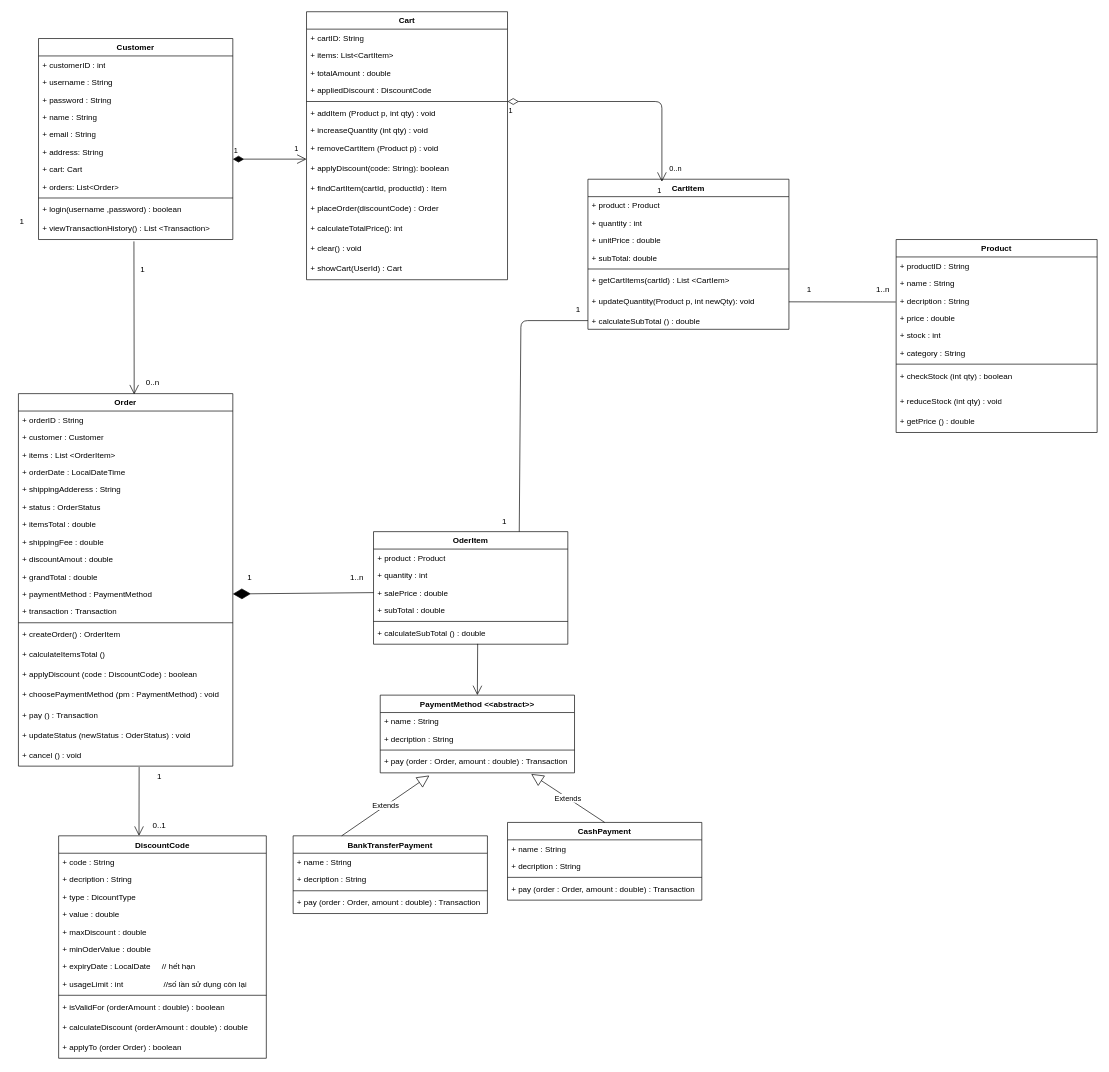
NguyenThaiDung2003/IT3120Nhom11 keeps this draw.io diagram as Class Diagram/Cart_Checkout.drawio. Above is the earlier version. Source tidied: cells renumbered, new cells numbered last; positions are measured from the earlier drawing's top-left corner, leaving out a move shared by most shapes. Both pictures are drawn from the tidied source at 67%, with x=0, y=0 at pixel (11, 11).
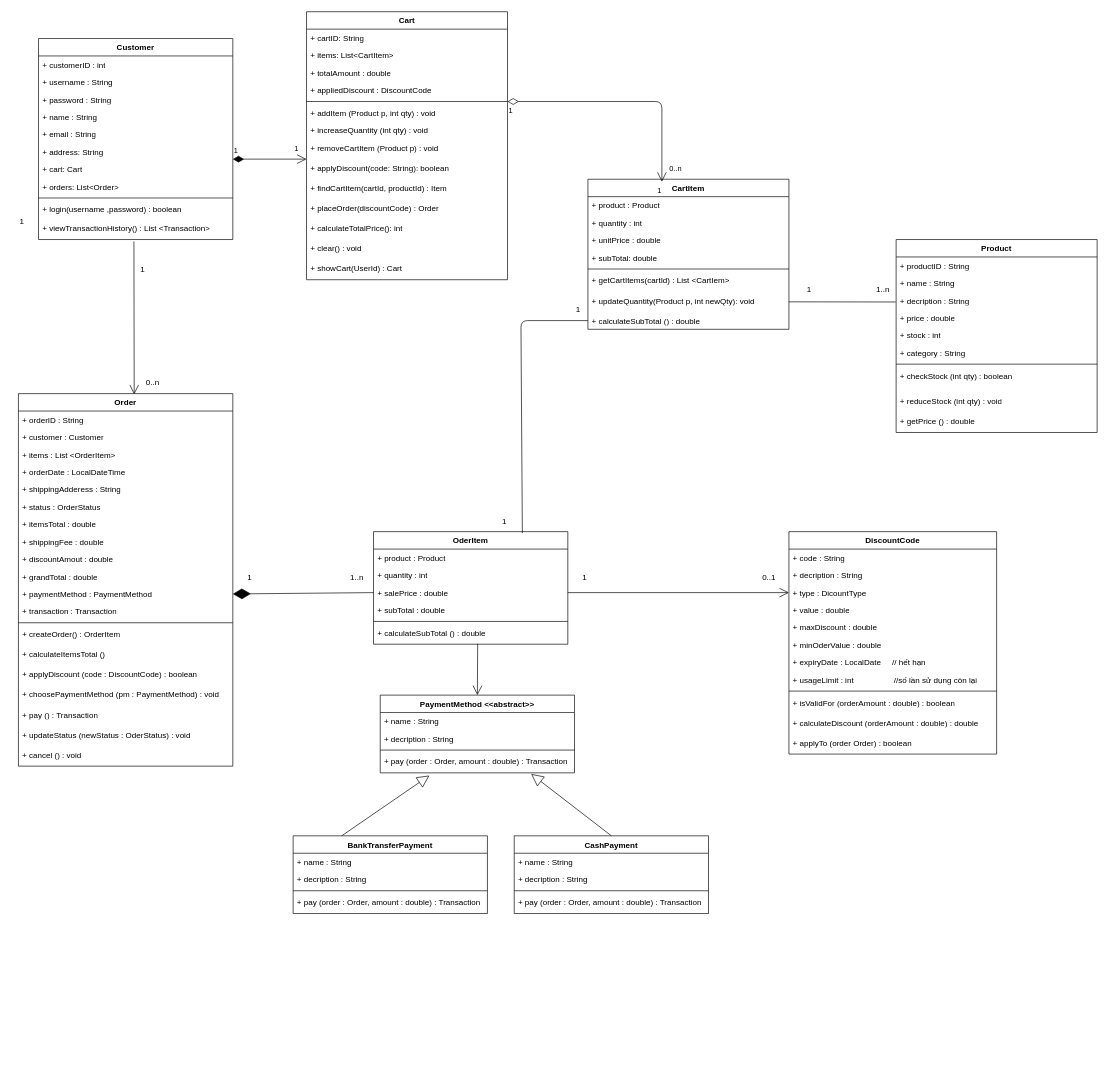
After the change.

Unchanged cells that the change refers to:
```xml
<mxCell id="49" value="+ cancel () : void" style="text;strokeColor=none;fillColor=none;align=left;verticalAlign=top;spacingLeft=4;spacingRight=4;overflow=hidden;points=[[0,0.5],[1,0.5]];portConstraint=eastwest;whiteSpace=wrap;html=1;" parent="29" vertex="1">
  <mxGeometry y="526" width="320" height="30" as="geometry" />
</mxCell>
<mxCell id="58" value="+ calculateSubTotal () : double" style="text;strokeColor=none;fillColor=none;align=left;verticalAlign=top;spacingLeft=4;spacingRight=4;overflow=hidden;points=[[0,0.5],[1,0.5]];portConstraint=eastwest;whiteSpace=wrap;html=1;" parent="50" vertex="1">
  <mxGeometry y="198" width="300" height="26" as="geometry" />
</mxCell>
<mxCell id="70" value="OderItem" style="swimlane;fontStyle=1;align=center;verticalAlign=top;horizontal=1;startSize=26;whiteSpace=wrap;html=1;" parent="1" vertex="1">
  <mxGeometry x="540" y="776" width="290" height="168" as="geometry" />
</mxCell>
<mxCell id="73" value="+ salePrice : double" style="text;strokeColor=none;fillColor=none;align=left;verticalAlign=top;spacingLeft=4;spacingRight=4;overflow=hidden;points=[[0,0.5],[1,0.5]];portConstraint=eastwest;whiteSpace=wrap;html=1;" parent="70" vertex="1">
  <mxGeometry y="78" width="290" height="26" as="geometry" />
</mxCell>
<mxCell id="80" value="+ type : DicountType" style="text;strokeColor=none;fillColor=none;align=left;verticalAlign=top;spacingLeft=4;spacingRight=4;overflow=hidden;points=[[0,0.5],[1,0.5]];portConstraint=eastwest;whiteSpace=wrap;html=1;" parent="77" vertex="1">
  <mxGeometry y="78" width="310" height="26" as="geometry" />
</mxCell>
<mxCell id="94" value="+ pay (order : Order, amount : double) : Transaction" style="text;strokeColor=none;fillColor=none;align=left;verticalAlign=top;spacingLeft=4;spacingRight=4;overflow=hidden;points=[[0,0.5],[1,0.5]];portConstraint=eastwest;whiteSpace=wrap;html=1;" parent="90" vertex="1">
  <mxGeometry y="86" width="290" height="30" as="geometry" />
</mxCell>
<mxCell id="100" value="BankTransferPayment" style="swimlane;fontStyle=1;align=center;verticalAlign=top;horizontal=1;startSize=26;whiteSpace=wrap;html=1;" parent="1" vertex="1">
  <mxGeometry x="420" y="1230" width="290" height="116" as="geometry" />
</mxCell>
```

Change to the diagram source:
```diff
@@
     <mxCell id="77" value="DiscountCode" style="swimlane;fontStyle=1;align=center;verticalAlign=top;horizontal=1;startSize=26;whiteSpace=wrap;html=1;" parent="1" vertex="1">
-      <mxGeometry x="70" y="1230" width="310" height="332" as="geometry" />
+      <mxGeometry x="1160" y="776" width="310" height="332" as="geometry" />
     </mxCell>
@@
     <mxCell id="95" value="CashPayment" style="swimlane;fontStyle=1;align=center;verticalAlign=top;horizontal=1;startSize=26;whiteSpace=wrap;html=1;" parent="1" vertex="1">
-      <mxGeometry x="740" y="1210" width="290" height="116" as="geometry" />
+      <mxGeometry x="750" y="1230" width="290" height="116" as="geometry" />
     </mxCell>
@@
-    <mxCell id="105" value="Extends" style="endArrow=block;endSize=16;endFill=0;html=1;exitX=0.25;exitY=0;exitDx=0;exitDy=0;entryX=0.253;entryY=1.133;entryDx=0;entryDy=0;entryPerimeter=0;" parent="1" edge="1" source="100" target="94">
+    <mxCell id="105" style="endArrow=block;endSize=16;endFill=0;html=1;exitX=0.25;exitY=0;exitDx=0;exitDy=0;entryX=0.253;entryY=1.133;entryDx=0;entryDy=0;entryPerimeter=0;" parent="1" edge="1" source="100" target="94">
       <mxGeometry relative="1" as="geometry" />
     </mxCell>
-    <mxCell id="106" value="Extends" style="endArrow=block;endSize=16;endFill=0;html=1;exitX=0.5;exitY=0;exitDx=0;exitDy=0;entryX=0.777;entryY=1.057;entryDx=0;entryDy=0;entryPerimeter=0;" parent="1" edge="1" source="95" target="94">
+    <mxCell id="106" style="endArrow=block;endSize=16;endFill=0;html=1;exitX=0.5;exitY=0;exitDx=0;exitDy=0;entryX=0.777;entryY=1.057;entryDx=0;entryDy=0;entryPerimeter=0;" parent="1" edge="1" source="95" target="94">
       <mxGeometry relative="1" as="geometry" />
     </mxCell>
@@
-    <mxCell id="122" style="endArrow=open;endFill=1;endSize=12;html=1;entryX=0.387;entryY=0;entryDx=0;entryDy=0;entryPerimeter=0;exitX=0.563;exitY=1.045;exitDx=0;exitDy=0;exitPerimeter=0;" parent="1" edge="1" source="49" target="77">
+    <mxCell id="122" style="endArrow=open;endFill=1;endSize=12;html=1;entryX=0;entryY=0.5;entryDx=0;entryDy=0;exitX=1;exitY=0.5;exitDx=0;exitDy=0;" parent="1" edge="1" source="73" target="80">
       <mxGeometry relative="1" as="geometry" />
     </mxCell>
     <mxCell id="123" value="1" style="text;html=1;align=center;verticalAlign=middle;strokeColor=none;fillColor=none;" parent="1" vertex="1">
-      <mxGeometry x="205" y="1126" width="30" height="30" as="geometry" />
+      <mxGeometry x="840" y="830" width="30" height="30" as="geometry" />
     </mxCell>
     <mxCell id="124" value="0..1" style="text;html=1;align=center;verticalAlign=middle;strokeColor=none;fillColor=none;" parent="1" vertex="1">
-      <mxGeometry x="200" y="1200" width="40" height="30" as="geometry" />
+      <mxGeometry x="1110" y="830" width="40" height="30" as="geometry" />
     </mxCell>
@@
-    <mxCell id="128" style="endArrow=none;html=1;exitX=0.75;exitY=0;exitDx=0;exitDy=0;entryX=0;entryY=0.5;entryDx=0;entryDy=0;" parent="1" edge="1" source="70" target="58">
+    <mxCell id="128" style="endArrow=none;html=1;exitX=0.766;exitY=0.013;exitDx=0;exitDy=0;entryX=0;entryY=0.5;entryDx=0;entryDy=0;exitPerimeter=0;" parent="1" edge="1" source="70" target="58">
       <mxGeometry relative="1" as="geometry">
         <Array as="points">
           <mxPoint x="760" y="461" />
         </Array>
       </mxGeometry>
     </mxCell>
```
